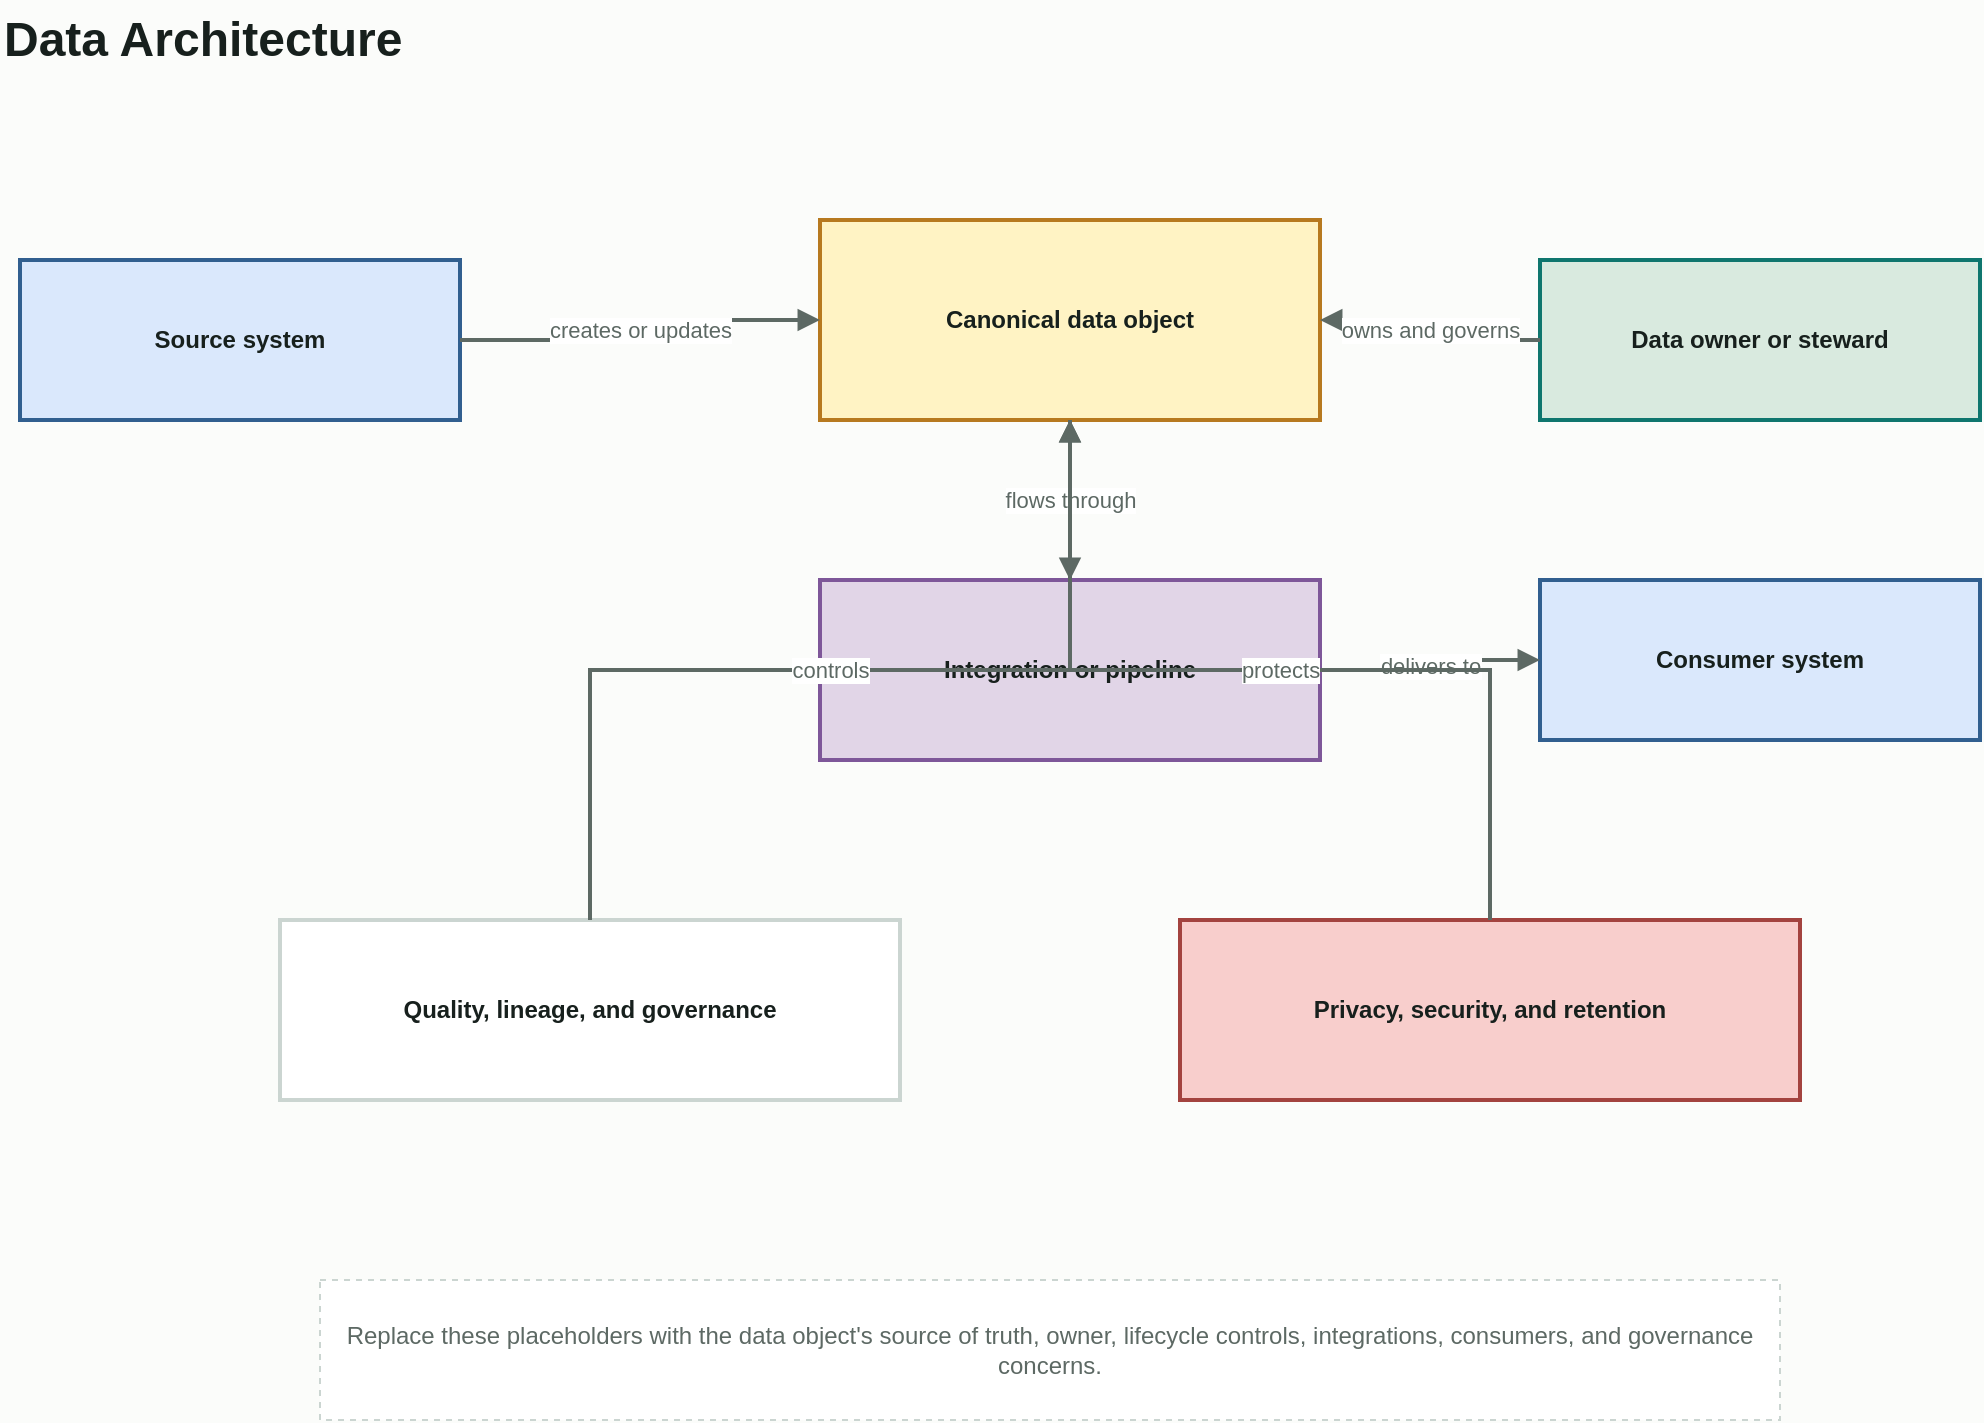
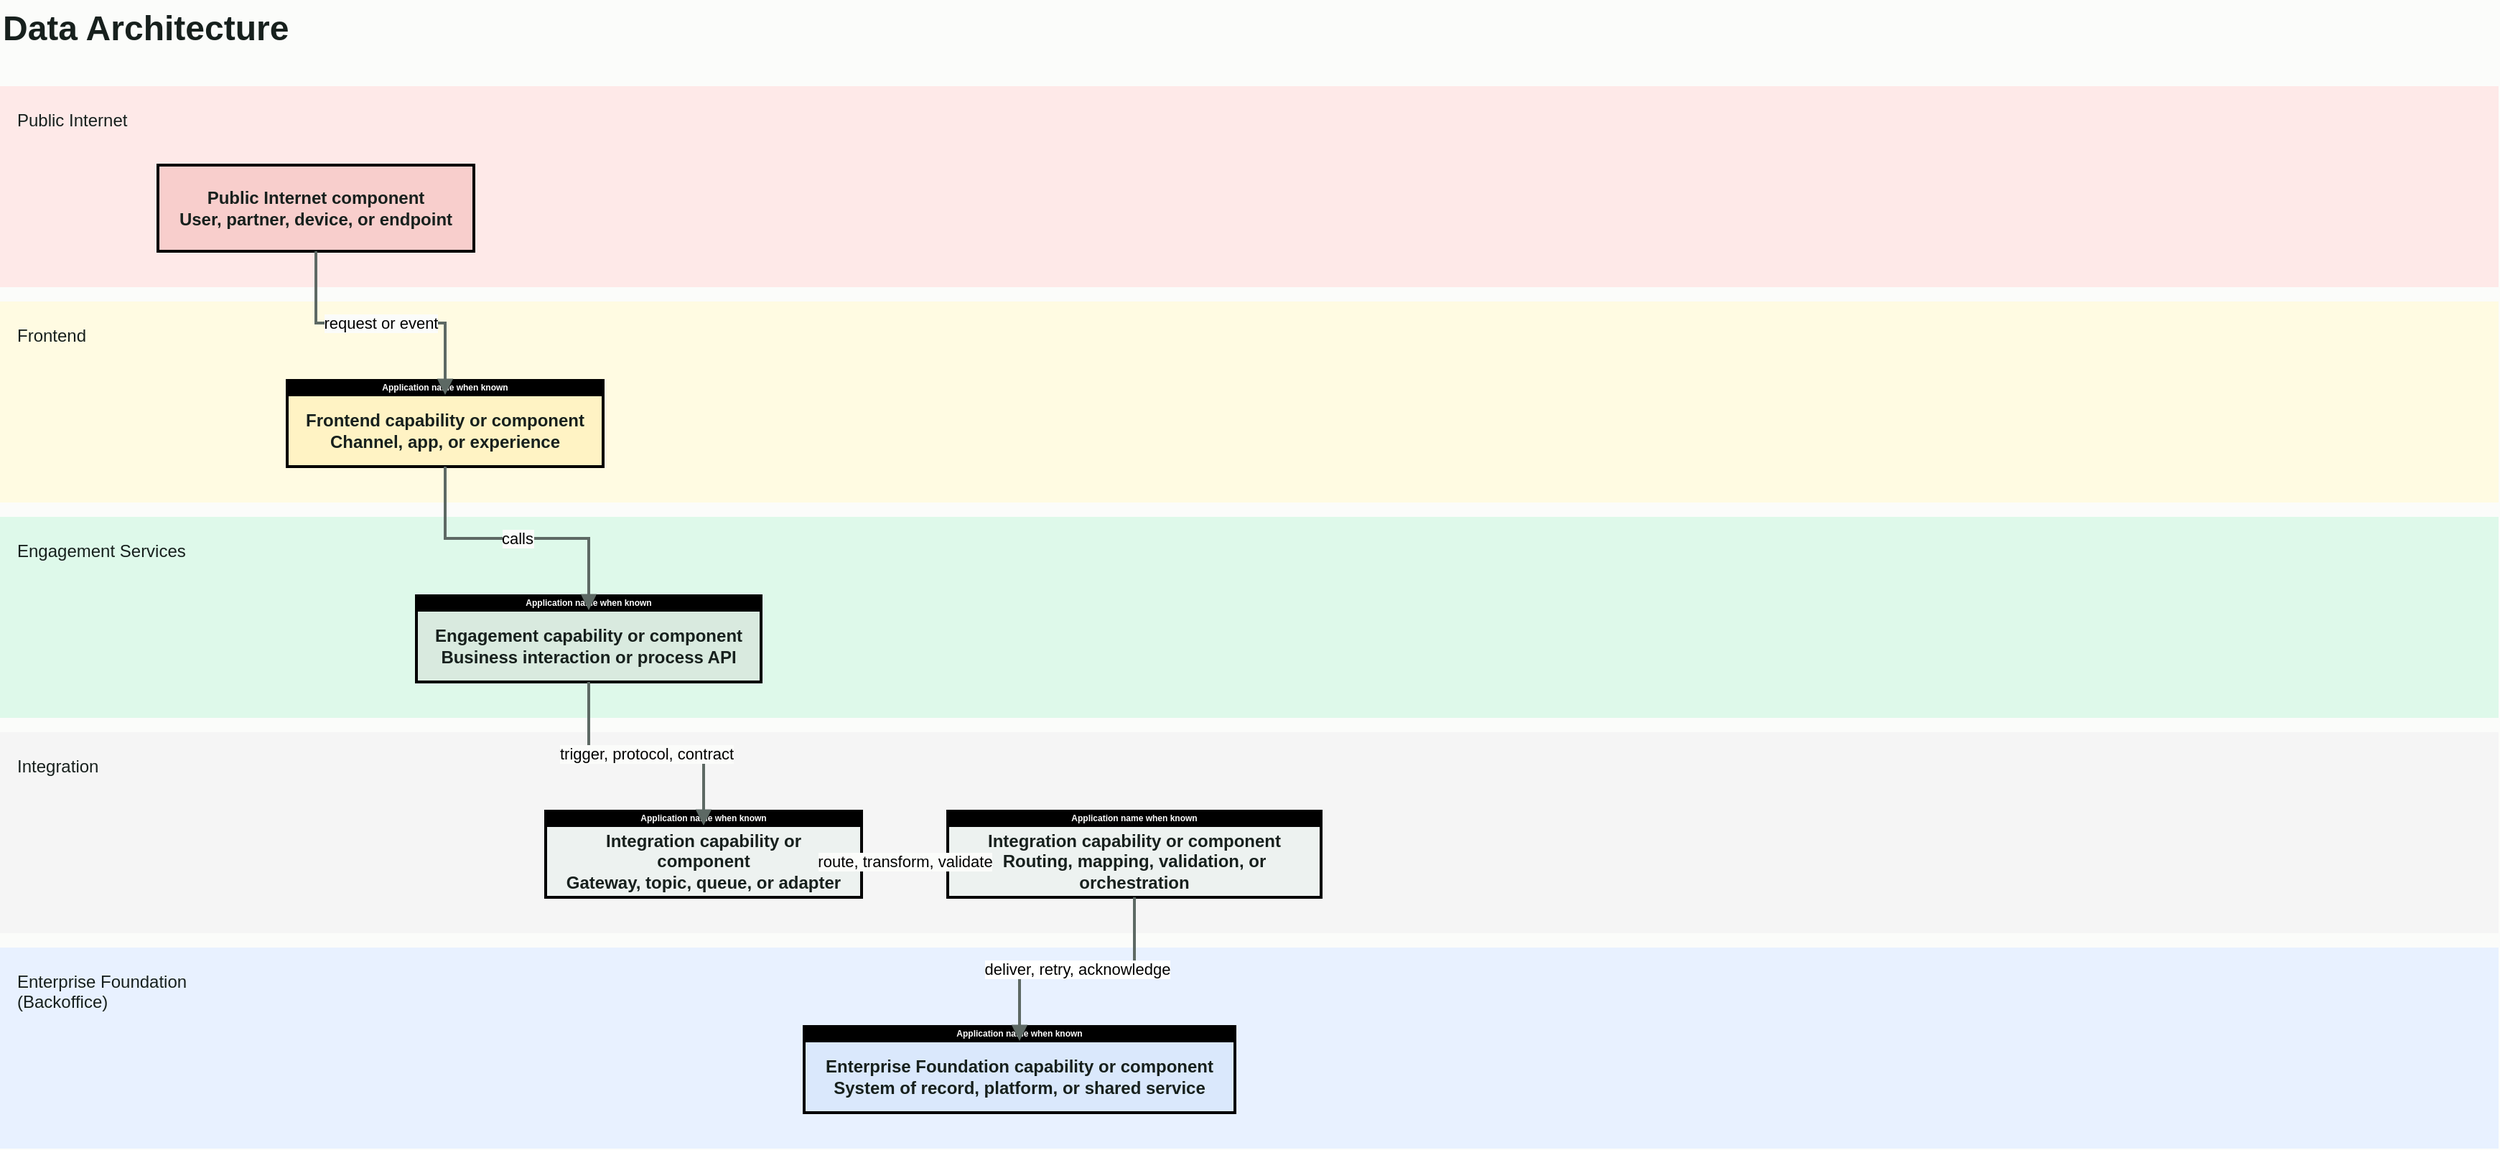
- <mxfile host="app.diagrams.net" modified="2026-05-27T00:00:00.000Z" agent="AI Architecture Toolkit" version="24.7.17">
+ <mxfile host="Electron" agent="AI Architecture Toolkit">
  <diagram id="data-architecture-diagram" name="Data Architecture">
-     <mxGraphModel dx="1200" dy="800" grid="1" gridSize="10" guides="1" tooltips="1" connect="1" arrows="1" fold="1" page="1" pageScale="1" pageWidth="1169" pageHeight="827" background="#fbfcfa" math="0" shadow="0">
+     <mxGraphModel dx="1437" dy="1070" grid="1" gridSize="10" guides="1" tooltips="1" connect="1" arrows="1" fold="1" page="1" pageScale="1" pageWidth="1169" pageHeight="827" background="#fbfcfa" math="0" shadow="0">
      <root>
        <mxCell id="0" />
        <mxCell id="1" parent="0" />
-         <mxCell id="title" value="Data Architecture" style="text;html=1;strokeColor=none;fillColor=none;align=left;verticalAlign=middle;fontStyle=1;fontSize=24;fontColor=#17201d;" vertex="1" parent="1">
-           <mxGeometry x="60" y="40" width="420" height="40" as="geometry" />
+         <mxCell id="title" parent="1" style="text;html=1;strokeColor=none;fillColor=none;align=left;verticalAlign=middle;fontStyle=1;fontSize=24;fontColor=#17201d;" value="Data Architecture" vertex="1">
+           <mxGeometry height="40" width="420" x="60" y="40" as="geometry" />
        </mxCell>
-         <mxCell id="source-system" value="Source system" style="rounded=0;whiteSpace=wrap;html=1;spacing=12;fillColor=#dae8fc;strokeColor=#315f8f;fontColor=#17201d;fontStyle=1;strokeWidth=2;" vertex="1" parent="1">
-           <mxGeometry x="70" y="170" width="220" height="80" as="geometry" />
+         <mxCell id="axeT-GRFkk37x7dI-ROH-2" parent="1" style="rounded=0;whiteSpace=wrap;html=1;align=left;verticalAlign=top;spacing=12;fontStyle=0;fillColor=#fee9e8;strokeColor=none;fontColor=#17201d;strokeWidth=2;" value="Public Internet" vertex="1">
+           <mxGeometry height="140" width="1740" x="60" y="100" as="geometry" />
        </mxCell>
-         <mxCell id="canonical-data-object" value="Canonical data object" style="rounded=0;whiteSpace=wrap;html=1;spacing=12;fillColor=#fff3c4;strokeColor=#b7791f;fontColor=#17201d;fontStyle=1;strokeWidth=2;" vertex="1" parent="1">
-           <mxGeometry x="470" y="150" width="250" height="100" as="geometry" />
+         <mxCell id="axeT-GRFkk37x7dI-ROH-3" parent="1" style="rounded=0;whiteSpace=wrap;html=1;align=left;verticalAlign=top;spacing=12;fontStyle=0;fillColor=#fffbe2;strokeColor=none;fontColor=#17201d;strokeWidth=2;" value="Frontend" vertex="1">
+           <mxGeometry height="140" width="1740" x="60" y="250" as="geometry" />
        </mxCell>
-         <mxCell id="data-owner" value="Data owner or steward" style="rounded=0;whiteSpace=wrap;html=1;spacing=12;fillColor=#d9eadf;strokeColor=#0f766e;fontColor=#17201d;fontStyle=1;strokeWidth=2;" vertex="1" parent="1">
-           <mxGeometry x="830" y="170" width="220" height="80" as="geometry" />
+         <mxCell id="axeT-GRFkk37x7dI-ROH-4" parent="1" style="rounded=0;whiteSpace=wrap;html=1;align=left;verticalAlign=top;spacing=12;fontStyle=0;fillColor=#def9ea;strokeColor=none;fontColor=#17201d;strokeWidth=2;" value="Engagement Services" vertex="1">
+           <mxGeometry height="140" width="1740" x="60" y="400" as="geometry" />
        </mxCell>
-         <mxCell id="integration-or-pipeline" value="Integration or pipeline" style="rounded=0;whiteSpace=wrap;html=1;spacing=12;fillColor=#e1d5e7;strokeColor=#7e5799;fontColor=#17201d;fontStyle=1;strokeWidth=2;" vertex="1" parent="1">
-           <mxGeometry x="470" y="330" width="250" height="90" as="geometry" />
+         <mxCell id="axeT-GRFkk37x7dI-ROH-5" parent="1" style="rounded=0;whiteSpace=wrap;html=1;align=left;verticalAlign=top;spacing=12;fontStyle=0;fillColor=#f5f5f5;strokeColor=none;fontColor=#17201d;strokeWidth=2;" value="Integration" vertex="1">
+           <mxGeometry height="140" width="1740" x="60" y="550" as="geometry" />
        </mxCell>
-         <mxCell id="consumer-system" value="Consumer system" style="rounded=0;whiteSpace=wrap;html=1;spacing=12;fillColor=#dae8fc;strokeColor=#315f8f;fontColor=#17201d;fontStyle=1;strokeWidth=2;" vertex="1" parent="1">
-           <mxGeometry x="830" y="330" width="220" height="80" as="geometry" />
+         <mxCell id="axeT-GRFkk37x7dI-ROH-6" parent="1" style="rounded=0;whiteSpace=wrap;html=1;align=left;verticalAlign=top;spacing=12;fontStyle=0;fillColor=#e8f1ff;strokeColor=none;fontColor=#17201d;strokeWidth=2;" value="Enterprise Foundation &lt;br&gt;(Backoffice)" vertex="1">
+           <mxGeometry height="140" width="1740" x="60" y="700" as="geometry" />
        </mxCell>
-         <mxCell id="quality-governance" value="Quality, lineage, and governance" style="rounded=0;whiteSpace=wrap;html=1;spacing=12;fillColor=#ffffff;strokeColor=#cbd5d1;fontColor=#17201d;fontStyle=1;strokeWidth=2;" vertex="1" parent="1">
-           <mxGeometry x="200" y="500" width="310" height="90" as="geometry" />
+         <mxCell id="axeT-GRFkk37x7dI-ROH-7" parent="1" style="rounded=0;whiteSpace=wrap;html=1;spacing=12;fillColor=#f8cecc;strokeColor=#000000;fontColor=#17201d;fontStyle=1;strokeWidth=2;" value="Public Internet component&#xa;User, partner, device, or endpoint" vertex="1">
+           <mxGeometry height="60" width="220" x="170" y="155" as="geometry" />
        </mxCell>
-         <mxCell id="privacy-security" value="Privacy, security, and retention" style="rounded=0;whiteSpace=wrap;html=1;spacing=12;fillColor=#f8cecc;strokeColor=#a3433f;fontColor=#17201d;fontStyle=1;strokeWidth=2;" vertex="1" parent="1">
-           <mxGeometry x="650" y="500" width="310" height="90" as="geometry" />
+         <mxCell id="axeT-GRFkk37x7dI-ROH-8" parent="1" style="rounded=0;whiteSpace=wrap;html=1;spacing=0;fillColor=#000000;strokeColor=#000000;fontColor=#ffffff;fontStyle=1;fontSize=6;strokeWidth=2;" value="Application name when known" vertex="1">
+           <mxGeometry height="10" width="220" x="260" y="305" as="geometry" />
        </mxCell>
-         <mxCell id="edge-source-data" value="creates or updates" style="edgeStyle=orthogonalEdgeStyle;rounded=0;orthogonalLoop=1;jettySize=auto;html=1;endArrow=block;strokeColor=#5d6964;fontColor=#5d6964;strokeWidth=2;" edge="1" parent="1" source="source-system" target="canonical-data-object">
+         <mxCell id="axeT-GRFkk37x7dI-ROH-9" parent="1" style="rounded=0;whiteSpace=wrap;html=1;spacing=12;fillColor=#fff3c4;strokeColor=#000000;fontColor=#17201d;fontStyle=1;strokeWidth=2;" value="Frontend capability or component&#xa;Channel, app, or experience" vertex="1">
+           <mxGeometry height="50" width="220" x="260" y="315" as="geometry" />
+         </mxCell>
+         <mxCell id="axeT-GRFkk37x7dI-ROH-10" parent="1" style="rounded=0;whiteSpace=wrap;html=1;spacing=0;fillColor=#000000;strokeColor=#000000;fontColor=#ffffff;fontStyle=1;fontSize=6;strokeWidth=2;" value="Application name when known" vertex="1">
+           <mxGeometry height="10" width="240" x="350" y="455" as="geometry" />
+         </mxCell>
+         <mxCell id="axeT-GRFkk37x7dI-ROH-11" parent="1" style="rounded=0;whiteSpace=wrap;html=1;spacing=12;fillColor=#d9eadf;strokeColor=default;fontColor=#17201d;fontStyle=1;strokeWidth=2;" value="Engagement capability or component&#xa;Business interaction or process API" vertex="1">
+           <mxGeometry height="50" width="240" x="350" y="465" as="geometry" />
+         </mxCell>
+         <mxCell id="axeT-GRFkk37x7dI-ROH-12" parent="1" style="rounded=0;whiteSpace=wrap;html=1;spacing=0;fillColor=#000000;strokeColor=#000000;fontColor=#ffffff;fontStyle=1;fontSize=6;strokeWidth=2;" value="Application name when known" vertex="1">
+           <mxGeometry height="10" width="220" x="440" y="605" as="geometry" />
+         </mxCell>
+         <mxCell id="axeT-GRFkk37x7dI-ROH-13" parent="1" style="rounded=0;whiteSpace=wrap;html=1;spacing=12;fillColor=#edf2f0;strokeColor=default;fontColor=#17201d;fontStyle=1;strokeWidth=2;" value="Integration capability or component&#xa;Gateway, topic, queue, or adapter" vertex="1">
+           <mxGeometry height="50" width="220" x="440" y="615" as="geometry" />
+         </mxCell>
+         <mxCell id="axeT-GRFkk37x7dI-ROH-14" parent="1" style="rounded=0;whiteSpace=wrap;html=1;spacing=0;fillColor=#000000;strokeColor=#000000;fontColor=#ffffff;fontStyle=1;fontSize=6;strokeWidth=2;" value="Application name when known" vertex="1">
+           <mxGeometry height="10" width="260" x="720" y="605" as="geometry" />
+         </mxCell>
+         <mxCell id="axeT-GRFkk37x7dI-ROH-15" parent="1" style="rounded=0;whiteSpace=wrap;html=1;spacing=12;fillColor=#edf2f0;strokeColor=default;fontColor=#17201d;fontStyle=1;strokeWidth=2;" value="Integration capability or component&#xa;Routing, mapping, validation, or orchestration" vertex="1">
+           <mxGeometry height="50" width="260" x="720" y="615" as="geometry" />
+         </mxCell>
+         <mxCell id="axeT-GRFkk37x7dI-ROH-16" parent="1" style="rounded=0;whiteSpace=wrap;html=1;spacing=0;fillColor=#000000;strokeColor=#000000;fontColor=#ffffff;fontStyle=1;fontSize=6;strokeWidth=2;" value="Application name when known" vertex="1">
+           <mxGeometry height="10" width="300" x="620" y="755" as="geometry" />
+         </mxCell>
+         <mxCell id="axeT-GRFkk37x7dI-ROH-17" parent="1" style="rounded=0;whiteSpace=wrap;html=1;spacing=12;fillColor=#dae8fc;strokeColor=default;fontColor=#17201d;fontStyle=1;strokeWidth=2;" value="Enterprise Foundation capability or component&#xa;System of record, platform, or shared service" vertex="1">
+           <mxGeometry height="50" width="300" x="620" y="765" as="geometry" />
+         </mxCell>
+         <mxCell id="axeT-GRFkk37x7dI-ROH-18" edge="1" parent="1" source="axeT-GRFkk37x7dI-ROH-7" style="edgeStyle=orthogonalEdgeStyle;rounded=0;orthogonalLoop=1;jettySize=auto;html=1;endArrow=block;strokeColor=#5d6964;fontColor=default;labelBackgroundColor=#fbfcfa;labelBorderColor=none;strokeWidth=2;" target="axeT-GRFkk37x7dI-ROH-9" value="request or event">
          <mxGeometry relative="1" as="geometry" />
        </mxCell>
-         <mxCell id="edge-owner-data" value="owns and governs" style="edgeStyle=orthogonalEdgeStyle;rounded=0;orthogonalLoop=1;jettySize=auto;html=1;endArrow=block;strokeColor=#5d6964;fontColor=#5d6964;strokeWidth=2;" edge="1" parent="1" source="data-owner" target="canonical-data-object">
+         <mxCell id="axeT-GRFkk37x7dI-ROH-19" edge="1" parent="1" source="axeT-GRFkk37x7dI-ROH-9" style="edgeStyle=orthogonalEdgeStyle;rounded=0;orthogonalLoop=1;jettySize=auto;html=1;endArrow=block;strokeColor=#5d6964;fontColor=default;labelBackgroundColor=#fbfcfa;labelBorderColor=none;strokeWidth=2;" target="axeT-GRFkk37x7dI-ROH-11" value="calls">
          <mxGeometry relative="1" as="geometry" />
        </mxCell>
-         <mxCell id="edge-data-pipeline" value="flows through" style="edgeStyle=orthogonalEdgeStyle;rounded=0;orthogonalLoop=1;jettySize=auto;html=1;endArrow=block;strokeColor=#5d6964;fontColor=#5d6964;strokeWidth=2;" edge="1" parent="1" source="canonical-data-object" target="integration-or-pipeline">
+         <mxCell id="axeT-GRFkk37x7dI-ROH-20" edge="1" parent="1" source="axeT-GRFkk37x7dI-ROH-11" style="edgeStyle=orthogonalEdgeStyle;rounded=0;orthogonalLoop=1;jettySize=auto;html=1;endArrow=block;strokeColor=#5d6964;fontColor=default;labelBackgroundColor=#fbfcfa;labelBorderColor=none;strokeWidth=2;" target="axeT-GRFkk37x7dI-ROH-13" value="trigger, protocol, contract">
          <mxGeometry relative="1" as="geometry" />
        </mxCell>
-         <mxCell id="edge-pipeline-consumer" value="delivers to" style="edgeStyle=orthogonalEdgeStyle;rounded=0;orthogonalLoop=1;jettySize=auto;html=1;endArrow=block;strokeColor=#5d6964;fontColor=#5d6964;strokeWidth=2;" edge="1" parent="1" source="integration-or-pipeline" target="consumer-system">
+         <mxCell id="axeT-GRFkk37x7dI-ROH-21" edge="1" parent="1" source="axeT-GRFkk37x7dI-ROH-13" style="edgeStyle=orthogonalEdgeStyle;rounded=0;orthogonalLoop=1;jettySize=auto;html=1;endArrow=block;strokeColor=#5d6964;fontColor=default;labelBackgroundColor=#fbfcfa;labelBorderColor=none;strokeWidth=2;" target="axeT-GRFkk37x7dI-ROH-15" value="route, transform, validate">
          <mxGeometry relative="1" as="geometry" />
        </mxCell>
-         <mxCell id="edge-quality-data" value="controls" style="edgeStyle=orthogonalEdgeStyle;rounded=0;orthogonalLoop=1;jettySize=auto;html=1;endArrow=block;strokeColor=#5d6964;fontColor=#5d6964;strokeWidth=2;" edge="1" parent="1" source="quality-governance" target="canonical-data-object">
+         <mxCell id="axeT-GRFkk37x7dI-ROH-22" edge="1" parent="1" source="axeT-GRFkk37x7dI-ROH-15" style="edgeStyle=orthogonalEdgeStyle;rounded=0;orthogonalLoop=1;jettySize=auto;html=1;endArrow=block;strokeColor=#5d6964;fontColor=default;labelBackgroundColor=default;labelBorderColor=none;strokeWidth=2;" target="axeT-GRFkk37x7dI-ROH-17" value="deliver, retry, acknowledge">
          <mxGeometry relative="1" as="geometry" />
-         </mxCell>
-         <mxCell id="edge-security-data" value="protects" style="edgeStyle=orthogonalEdgeStyle;rounded=0;orthogonalLoop=1;jettySize=auto;html=1;endArrow=block;strokeColor=#5d6964;fontColor=#5d6964;strokeWidth=2;" edge="1" parent="1" source="privacy-security" target="canonical-data-object">
-           <mxGeometry relative="1" as="geometry" />
-         </mxCell>
-         <mxCell id="note" value="Replace these placeholders with the data object's source of truth, owner, lifecycle controls, integrations, consumers, and governance concerns." style="rounded=0;whiteSpace=wrap;html=1;spacing=12;fillColor=#ffffff;strokeColor=#cbd5d1;fontColor=#5d6964;dashed=1;" vertex="1" parent="1">
-           <mxGeometry x="220" y="680" width="730" height="70" as="geometry" />
        </mxCell>
      </root>
    </mxGraphModel>
  </diagram>
</mxfile>
